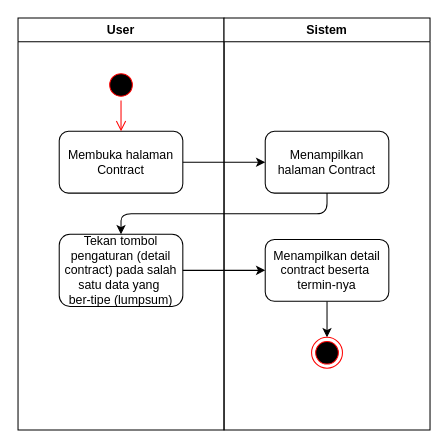
Above: contract/termin.drawio in rismanrhz/idms (draw.io), before the change. Source tidied: cells renumbered, new cells numbered last; positions are measured from the earlier drawing's top-left corner, leaving out a move shared by most shapes. Both pictures are drawn from the tidied source at 103%, with x=0, y=0 at pixel (18, 18).
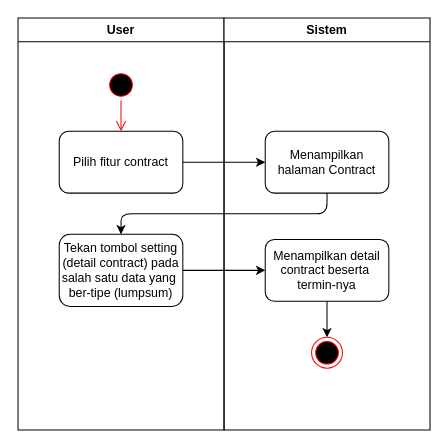
The same page after the edit.

The edit, as a diff of the source:
```diff
@@
 <mxGraphModel>
   <root>
     <mxCell id="0" />
     <mxCell id="1" parent="0" />
     <mxCell id="2" value="User" style="swimlane;whiteSpace=wrap;html=1;" parent="1" vertex="1">
       <mxGeometry width="200" height="400" as="geometry" />
     </mxCell>
     <mxCell id="3" style="ellipse;html=1;shape=startState;fillColor=#000000;strokeColor=#ff0000;" parent="2" vertex="1">
       <mxGeometry x="85" y="50" width="30" height="30" as="geometry" />
     </mxCell>
-    <mxCell id="4" value="Membuka halaman Contract" style="rounded=1;whiteSpace=wrap;html=1;" parent="2" vertex="1">
+    <mxCell id="4" value="Pilih fitur contract" style="rounded=1;whiteSpace=wrap;html=1;" parent="2" vertex="1">
       <mxGeometry x="40" y="110" width="120" height="60" as="geometry" />
     </mxCell>
     <mxCell id="5" style="edgeStyle=orthogonalEdgeStyle;html=1;verticalAlign=bottom;endArrow=open;endSize=8;strokeColor=#ff0000;entryX=0.5;entryY=0;entryDx=0;entryDy=0;" parent="2" edge="1" source="3" target="4">
       <mxGeometry relative="1" as="geometry" />
     </mxCell>
-    <mxCell id="6" value="Tekan tombol pengaturan (detail contract) pada salah satu data yang&amp;nbsp;&lt;div&gt;ber-tipe (lumpsum)&lt;/div&gt;" style="rounded=1;whiteSpace=wrap;html=1;" parent="2" vertex="1">
+    <mxCell id="6" value="Tekan tombol setting (detail contract) pada salah satu data yang&amp;nbsp;&lt;div&gt;ber-tipe (lumpsum)&lt;/div&gt;" style="rounded=1;whiteSpace=wrap;html=1;" parent="2" vertex="1">
       <mxGeometry x="40" y="210" width="120" height="70" as="geometry" />
     </mxCell>
     <mxCell id="7" value="Sistem" style="swimlane;whiteSpace=wrap;html=1;" parent="1" vertex="1">
       <mxGeometry x="200" width="200" height="400" as="geometry" />
     </mxCell>
     <mxCell id="8" value="Menampilkan halaman Contract" style="rounded=1;whiteSpace=wrap;html=1;" parent="7" vertex="1">
       <mxGeometry x="40" y="110" width="120" height="60" as="geometry" />
     </mxCell>
     <mxCell id="9" style="edgeStyle=none;html=1;" parent="7" edge="1" source="10" target="11">
       <mxGeometry relative="1" as="geometry" />
     </mxCell>
     <mxCell id="10" value="Menampilkan detail contract beserta&amp;nbsp;&lt;div&gt;termin-nya&lt;/div&gt;" style="rounded=1;whiteSpace=wrap;html=1;" parent="7" vertex="1">
       <mxGeometry x="40" y="215" width="120" height="60" as="geometry" />
     </mxCell>
     <mxCell id="11" style="ellipse;html=1;shape=endState;fillColor=#000000;strokeColor=#ff0000;" parent="7" vertex="1">
       <mxGeometry x="85" y="310" width="30" height="30" as="geometry" />
     </mxCell>
     <mxCell id="12" style="edgeStyle=none;html=1;" parent="1" edge="1" source="4" target="8">
       <mxGeometry relative="1" as="geometry" />
     </mxCell>
     <mxCell id="13" style="edgeStyle=none;html=1;entryX=0.5;entryY=0;entryDx=0;entryDy=0;exitX=0.5;exitY=1;exitDx=0;exitDy=0;" parent="1" edge="1" source="8" target="6">
       <mxGeometry relative="1" as="geometry">
         <Array as="points">
           <mxPoint x="300" y="190" />
           <mxPoint x="100" y="190" />
         </Array>
       </mxGeometry>
     </mxCell>
     <mxCell id="14" style="edgeStyle=none;html=1;" parent="1" edge="1" source="6" target="10">
       <mxGeometry relative="1" as="geometry" />
     </mxCell>
   </root>
 </mxGraphModel>
```
